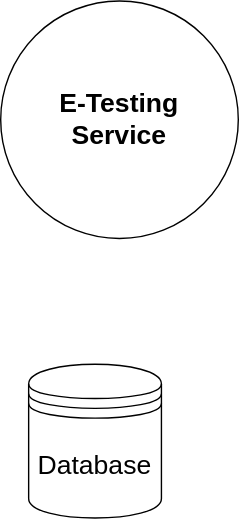
Above: DFD lvl 0 .drawio.svg in Zaeem6100/FYP-Documents (draw.io), before the change. Source tidied: cells renumbered, new cells last; positions are measured from the earlier drawing's top-left corner, leaving out a move shared by most shapes. The source it was exported from:
```xml
<mxGraphModel>
  <root>
    <mxCell id="0" />
    <mxCell id="1" parent="0" />
    <mxCell id="2" value="&lt;div style=&quot;&quot;&gt;&lt;b style=&quot;background-color: initial;&quot;&gt;&lt;font style=&quot;font-size: 19px;&quot;&gt;E-Testing&lt;/font&gt;&lt;/b&gt;&lt;/div&gt;&lt;b&gt;&lt;div style=&quot;&quot;&gt;&lt;b style=&quot;background-color: initial;&quot;&gt;&lt;font style=&quot;font-size: 19px;&quot;&gt;Service&lt;/font&gt;&lt;/b&gt;&lt;/div&gt;&lt;/b&gt;" style="ellipse;whiteSpace=wrap;html=1;align=center;" parent="1" vertex="1">
      <mxGeometry width="170" height="170" as="geometry" />
    </mxCell>
    <mxCell id="3" value="Database" style="shape=datastore;whiteSpace=wrap;html=1;fontSize=19;" parent="1" vertex="1">
      <mxGeometry x="20" y="260" width="95" height="110" as="geometry" />
    </mxCell>
  </root>
</mxGraphModel>
```
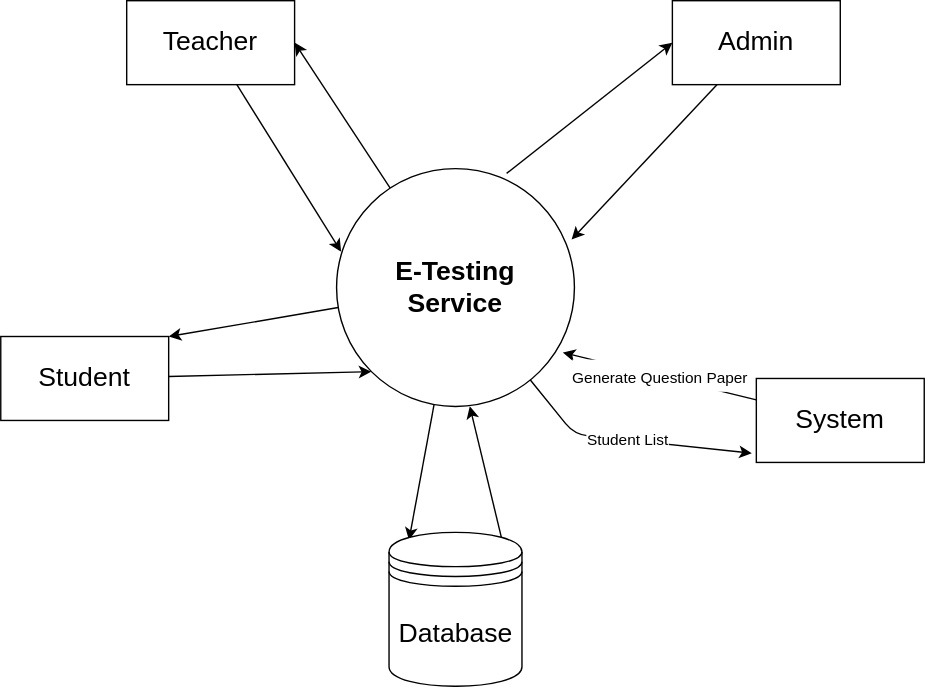
The same diagram one commit later.

Diff of the diagram source:
```diff
@@ -2,11 +2,57 @@
   <root>
     <mxCell id="0" />
     <mxCell id="1" parent="0" />
+    <mxCell id="4" style="edgeStyle=none;rounded=1;jettySize=auto;html=1;entryX=1;entryY=0.5;entryDx=0;entryDy=0;fontSize=11;startArrow=none;startFill=0;endArrow=classic;endFill=1;" parent="1" edge="1" source="2" target="11">
+      <mxGeometry relative="1" as="geometry" />
+    </mxCell>
+    <mxCell id="5" style="edgeStyle=none;rounded=1;jettySize=auto;html=1;entryX=1;entryY=0;entryDx=0;entryDy=0;fontSize=11;startArrow=none;startFill=0;endArrow=classic;endFill=1;" parent="1" edge="1" source="2" target="9">
+      <mxGeometry relative="1" as="geometry" />
+    </mxCell>
+    <mxCell id="6" style="edgeStyle=none;rounded=1;jettySize=auto;html=1;entryX=0.15;entryY=0.05;entryDx=0;entryDy=0;entryPerimeter=0;fontSize=11;startArrow=none;startFill=0;endArrow=classic;endFill=1;" parent="1" edge="1" source="2" target="3">
+      <mxGeometry relative="1" as="geometry" />
+    </mxCell>
     <mxCell id="2" value="&lt;div style=&quot;&quot;&gt;&lt;b style=&quot;background-color: initial;&quot;&gt;&lt;font style=&quot;font-size: 19px;&quot;&gt;E-Testing&lt;/font&gt;&lt;/b&gt;&lt;/div&gt;&lt;b&gt;&lt;div style=&quot;&quot;&gt;&lt;b style=&quot;background-color: initial;&quot;&gt;&lt;font style=&quot;font-size: 19px;&quot;&gt;Service&lt;/font&gt;&lt;/b&gt;&lt;/div&gt;&lt;/b&gt;" style="ellipse;whiteSpace=wrap;html=1;align=center;" parent="1" vertex="1">
       <mxGeometry width="170" height="170" as="geometry" />
     </mxCell>
+    <mxCell id="7" style="edgeStyle=none;rounded=1;jettySize=auto;html=1;exitX=0.85;exitY=0.05;exitDx=0;exitDy=0;exitPerimeter=0;entryX=0.56;entryY=0.999;entryDx=0;entryDy=0;entryPerimeter=0;fontSize=11;startArrow=none;startFill=0;endArrow=classic;endFill=1;" parent="1" edge="1" source="3" target="2">
+      <mxGeometry relative="1" as="geometry" />
+    </mxCell>
     <mxCell id="3" value="Database" style="shape=datastore;whiteSpace=wrap;html=1;fontSize=19;" parent="1" vertex="1">
-      <mxGeometry x="20" y="260" width="95" height="110" as="geometry" />
+      <mxGeometry x="37.5" y="260" width="95" height="110" as="geometry" />
     </mxCell>
+    <mxCell id="8" style="edgeStyle=none;rounded=1;jettySize=auto;html=1;entryX=0;entryY=1;entryDx=0;entryDy=0;fontSize=11;startArrow=none;startFill=0;endArrow=classic;endFill=1;" parent="1" edge="1" source="9" target="2">
+      <mxGeometry relative="1" as="geometry" />
+    </mxCell>
+    <mxCell id="9" value="Student" style="rounded=0;whiteSpace=wrap;html=1;fontSize=19;" parent="1" vertex="1">
+      <mxGeometry x="-240" y="120" width="120" height="60" as="geometry" />
+    </mxCell>
+    <mxCell id="10" style="edgeStyle=none;rounded=1;jettySize=auto;html=1;entryX=0.019;entryY=0.349;entryDx=0;entryDy=0;entryPerimeter=0;fontSize=11;startArrow=none;startFill=0;endArrow=classic;endFill=1;" parent="1" edge="1" source="11" target="2">
+      <mxGeometry relative="1" as="geometry" />
+    </mxCell>
+    <mxCell id="11" value="Teacher" style="rounded=0;whiteSpace=wrap;html=1;fontSize=19;" parent="1" vertex="1">
+      <mxGeometry x="-150" y="-120" width="120" height="60" as="geometry" />
+    </mxCell>
+    <mxCell id="12" style="edgeStyle=none;rounded=1;jettySize=auto;html=1;entryX=0.715;entryY=0.02;entryDx=0;entryDy=0;entryPerimeter=0;fontSize=11;startArrow=classic;startFill=1;endArrow=none;endFill=0;exitX=0;exitY=0.5;exitDx=0;exitDy=0;" parent="1" edge="1" source="14" target="2">
+      <mxGeometry relative="1" as="geometry" />
+    </mxCell>
+    <mxCell id="13" style="edgeStyle=none;rounded=1;jettySize=auto;html=1;entryX=0.988;entryY=0.298;entryDx=0;entryDy=0;entryPerimeter=0;fontSize=11;startArrow=none;startFill=0;endArrow=classic;endFill=1;" parent="1" edge="1" source="14" target="2">
+      <mxGeometry relative="1" as="geometry" />
+    </mxCell>
+    <mxCell id="14" value="Admin" style="rounded=0;whiteSpace=wrap;html=1;fontSize=19;" parent="1" vertex="1">
+      <mxGeometry x="240" y="-120" width="120" height="60" as="geometry" />
+    </mxCell>
+    <mxCell id="15" value="&lt;span style=&quot;font-size: 11px;&quot;&gt;Generate Question Paper&lt;/span&gt;" style="jettySize=auto;html=1;entryX=0.951;entryY=0.773;entryDx=0;entryDy=0;entryPerimeter=0;fontSize=19;rounded=1;" parent="1" edge="1" source="17" target="2">
+      <mxGeometry relative="1" as="geometry" />
+    </mxCell>
+    <mxCell id="16" value="Student List" style="edgeStyle=none;rounded=1;jettySize=auto;html=1;fontSize=11;exitX=-0.027;exitY=0.89;exitDx=0;exitDy=0;exitPerimeter=0;startArrow=classic;startFill=1;endArrow=none;endFill=0;" parent="1" edge="1" source="17" target="2">
+      <mxGeometry relative="1" as="geometry">
+        <Array as="points">
+          <mxPoint x="170" y="190" />
+        </Array>
+      </mxGeometry>
+    </mxCell>
+    <mxCell id="17" value="System" style="rounded=0;whiteSpace=wrap;html=1;fontSize=19;" parent="1" vertex="1">
+      <mxGeometry x="300" y="150" width="120" height="60" as="geometry" />
+    </mxCell>
   </root>
 </mxGraphModel>
```
